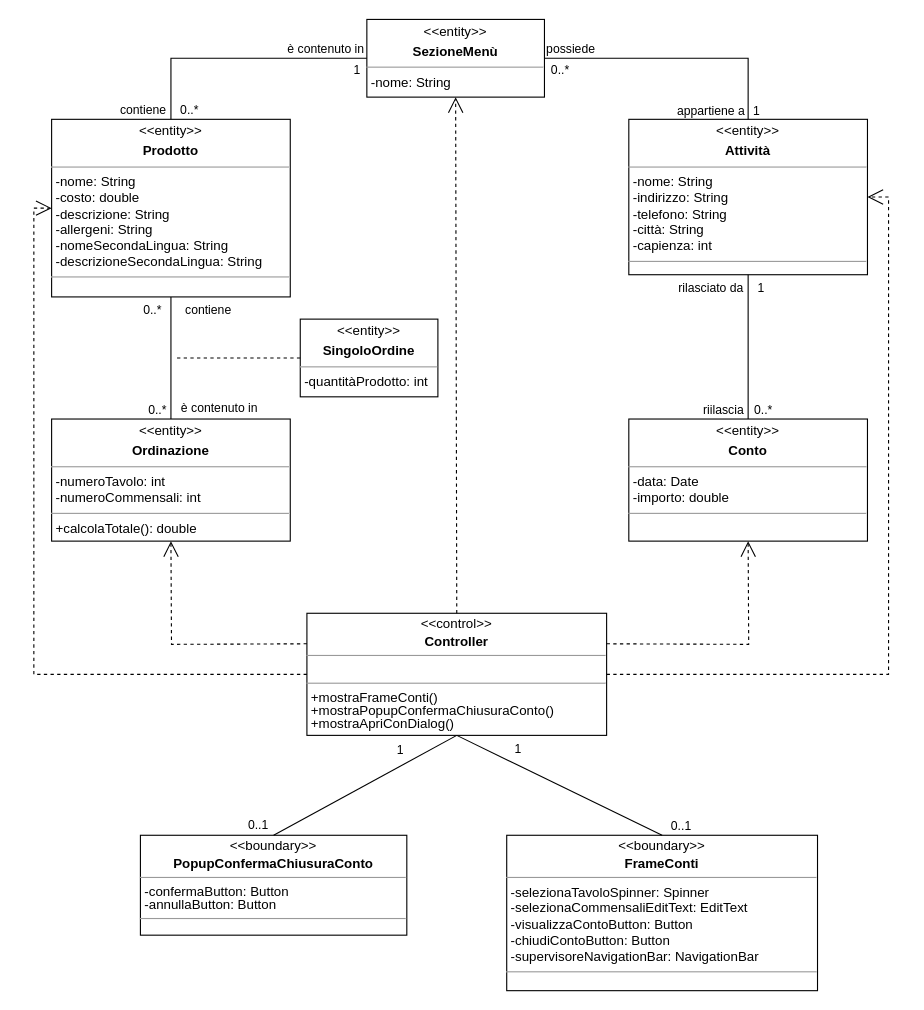
This is Documentazione/Class Diagram/Analisi/drawio/Analysis Class Diagram - Gestisce Conto.drawio from vittorioruggiero/Progetto-IngSw, a draw.io file, before an edit. Source tidied: cells renumbered, new cells numbered last; positions are measured from the earlier drawing's top-left corner, leaving out a move shared by most shapes. Both pictures are drawn from the tidied source at 111%, with x=0, y=0 at pixel (33, 19).
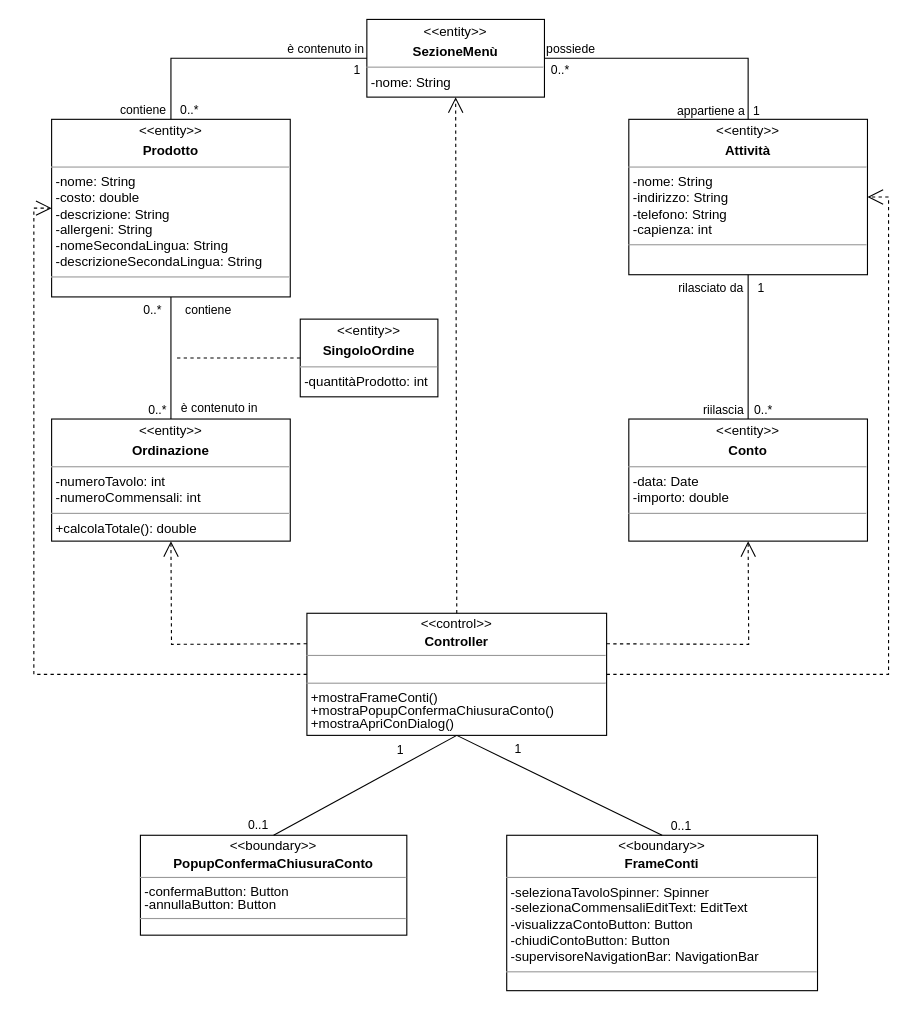
After the change.

Commit message (it also covers changes not shown here):
piccole modifiche class diagram

What changed in the source:
```diff
@@
-    <mxCell id="20" value="&lt;p style=&quot;margin:0px;margin-top:4px;text-align:center;&quot;&gt;&amp;lt;&amp;lt;entity&amp;gt;&amp;gt;&lt;/p&gt;&lt;p style=&quot;margin:0px;margin-top:4px;text-align:center;&quot;&gt;&lt;b&gt;Attività&lt;/b&gt;&lt;/p&gt;&lt;hr size=&quot;1&quot;&gt;&lt;p style=&quot;margin:0px;margin-left:4px;&quot;&gt;-nome: String&lt;br&gt;&lt;/p&gt;&lt;p style=&quot;margin:0px;margin-left:4px;&quot;&gt;-indirizzo: String&lt;/p&gt;&lt;p style=&quot;margin:0px;margin-left:4px;&quot;&gt;-telefono: String&lt;/p&gt;&lt;p style=&quot;margin:0px;margin-left:4px;&quot;&gt;-città: String&lt;/p&gt;&lt;p style=&quot;margin:0px;margin-left:4px;&quot;&gt;-capienza: int&lt;/p&gt;&lt;hr size=&quot;1&quot;&gt;&lt;p style=&quot;margin:0px;margin-left:4px;&quot;&gt;&lt;br&gt;&lt;/p&gt;" style="verticalAlign=top;align=left;overflow=fill;fontSize=12;fontFamily=Helvetica;html=1;" parent="1" vertex="1">
+    <mxCell id="20" value="&lt;p style=&quot;margin:0px;margin-top:4px;text-align:center;&quot;&gt;&amp;lt;&amp;lt;entity&amp;gt;&amp;gt;&lt;/p&gt;&lt;p style=&quot;margin:0px;margin-top:4px;text-align:center;&quot;&gt;&lt;b&gt;Attività&lt;/b&gt;&lt;/p&gt;&lt;hr size=&quot;1&quot;&gt;&lt;p style=&quot;margin:0px;margin-left:4px;&quot;&gt;-nome: String&lt;br&gt;&lt;/p&gt;&lt;p style=&quot;margin:0px;margin-left:4px;&quot;&gt;-indirizzo: String&lt;/p&gt;&lt;p style=&quot;margin:0px;margin-left:4px;&quot;&gt;-telefono: String&lt;/p&gt;&lt;p style=&quot;margin:0px;margin-left:4px;&quot;&gt;&lt;span style=&quot;background-color: initial;&quot;&gt;-capienza: int&lt;/span&gt;&lt;/p&gt;&lt;hr size=&quot;1&quot;&gt;&lt;p style=&quot;margin:0px;margin-left:4px;&quot;&gt;&lt;br&gt;&lt;/p&gt;" style="verticalAlign=top;align=left;overflow=fill;fontSize=12;fontFamily=Helvetica;html=1;" parent="1" vertex="1">
       <mxGeometry x="536" y="90" width="215" height="140" as="geometry" />
     </mxCell>
```
